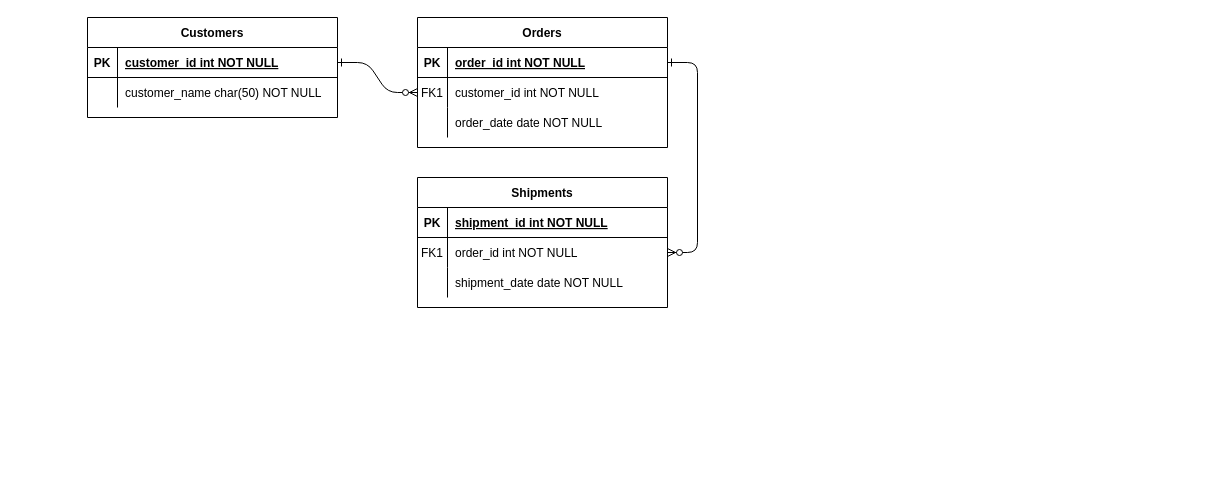
YingGwan/TyporaUploadImg keeps this draw.io diagram as Untitled Diagram.drawio. Above is the earlier version. Source tidied: cells renumbered, new cells numbered last; positions are measured from the earlier drawing's top-left corner, leaving out a move shared by most shapes. Both pictures are drawn from the tidied source at 100%, with x=0, y=0 at pixel (87, 17).
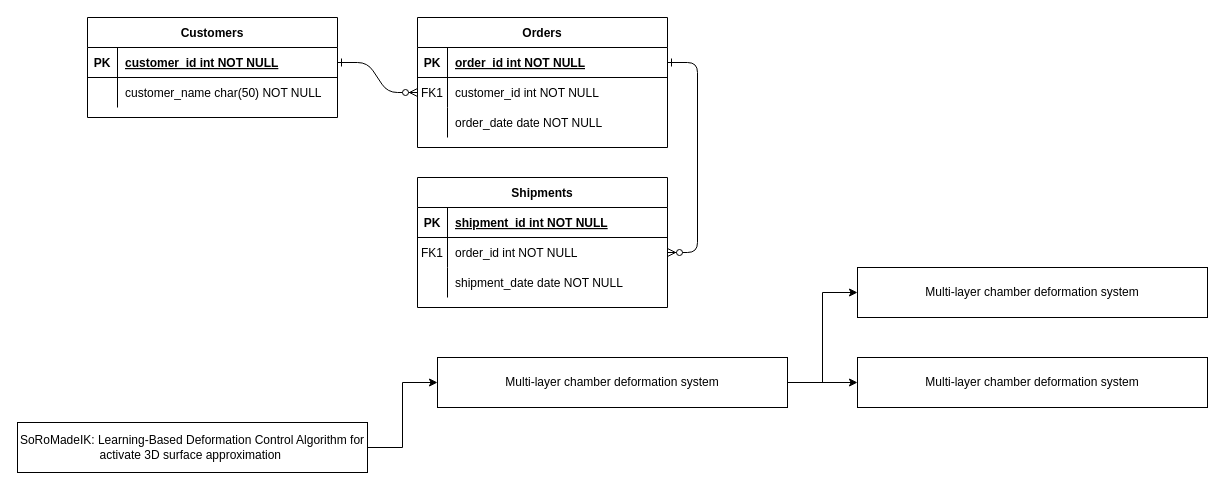
After the change.

Diff of the diagram source:
```diff
@@
+    <mxCell id="31" style="edgeStyle=orthogonalEdgeStyle;rounded=0;jettySize=auto;html=1;exitX=1;exitY=0.5;exitDx=0;exitDy=0;entryX=0;entryY=0.5;entryDx=0;entryDy=0;" parent="1" edge="1" source="32" target="35">
+      <mxGeometry relative="1" as="geometry" />
+    </mxCell>
+    <mxCell id="32" value="SoRoMadeIK: Learning-Based Deformation Control Algorithm for activate 3D surface approximation&amp;nbsp;" style="rounded=0;whiteSpace=wrap;html=1;" parent="1" vertex="1">
+      <mxGeometry x="-70" y="405" width="350" height="50" as="geometry" />
+    </mxCell>
+    <mxCell id="33" style="edgeStyle=orthogonalEdgeStyle;rounded=0;jettySize=auto;html=1;exitX=1;exitY=0.5;exitDx=0;exitDy=0;entryX=0;entryY=0.5;entryDx=0;entryDy=0;" parent="1" edge="1" source="35" target="36">
+      <mxGeometry relative="1" as="geometry" />
+    </mxCell>
+    <mxCell id="34" style="edgeStyle=orthogonalEdgeStyle;rounded=0;jettySize=auto;html=1;exitX=1;exitY=0.5;exitDx=0;exitDy=0;" parent="1" edge="1" source="35" target="37">
+      <mxGeometry relative="1" as="geometry" />
+    </mxCell>
+    <mxCell id="35" value="Multi-layer chamber deformation system" style="rounded=0;whiteSpace=wrap;html=1;" parent="1" vertex="1">
+      <mxGeometry x="350" y="340" width="350" height="50" as="geometry" />
+    </mxCell>
+    <mxCell id="36" value="Multi-layer chamber deformation system" style="rounded=0;whiteSpace=wrap;html=1;" parent="1" vertex="1">
+      <mxGeometry x="770" y="250" width="350" height="50" as="geometry" />
+    </mxCell>
+    <mxCell id="37" value="Multi-layer chamber deformation system" style="rounded=0;whiteSpace=wrap;html=1;" parent="1" vertex="1">
+      <mxGeometry x="770" y="340" width="350" height="50" as="geometry" />
+    </mxCell>
```
